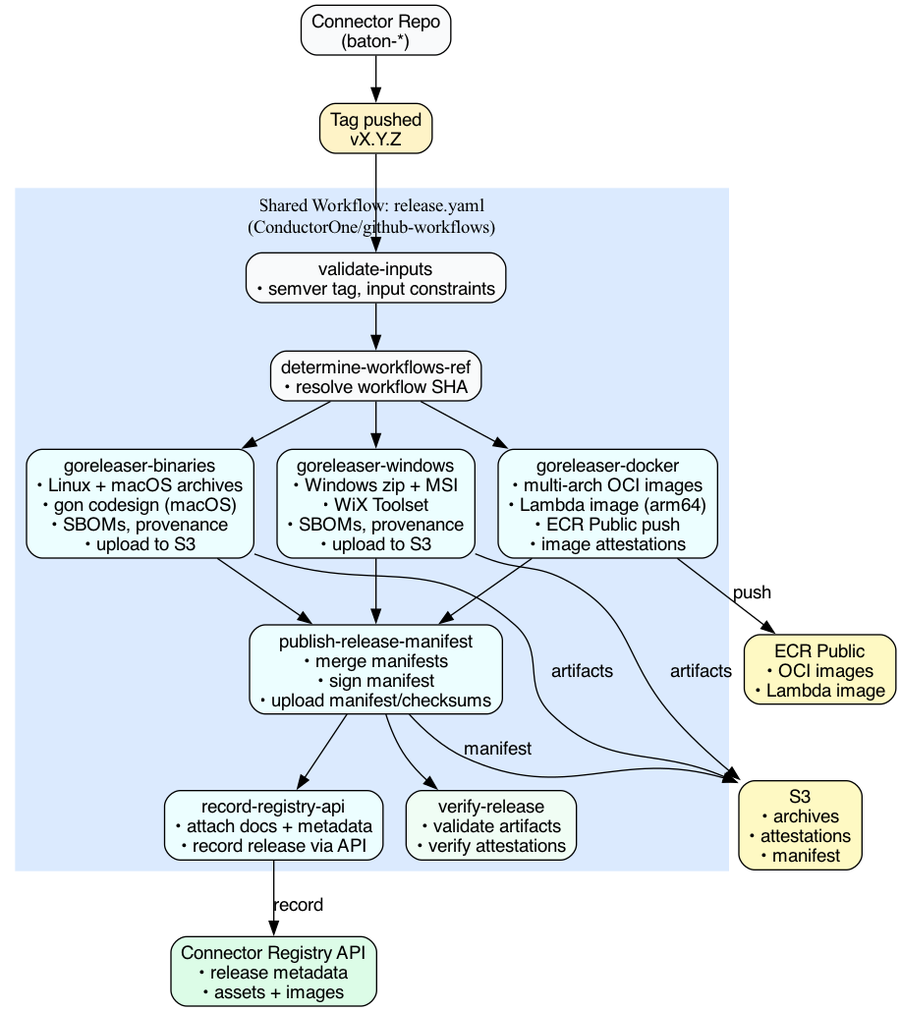
Above: docs/diagrams/release-workflow.png in ConductorOne/github-workflows (Graphviz), before the change. Its source is kept beside it as docs/diagrams/release-workflow.dot.
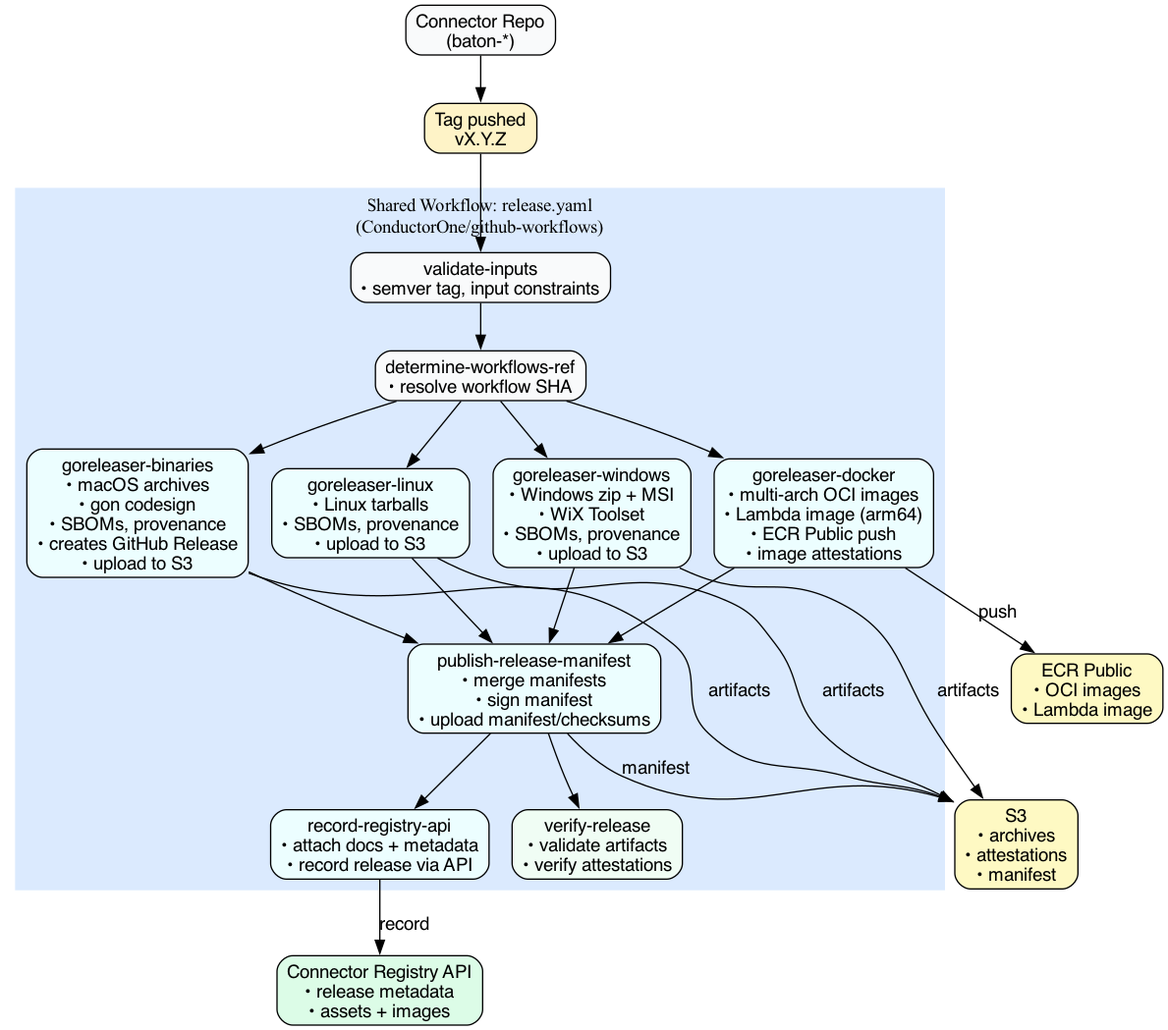
Later version of the same file.

Commit message:
Build the Linux tarballs in their own job

What changed in the source:
```diff
@@ -15,7 +15,9 @@
 
     determine_ref [label="determine-workflows-ref\n• resolve workflow SHA", fillcolor="#f9fafb"];
 
-    binaries [label="goreleaser-binaries\n• Linux + macOS archives\n• gon codesign (macOS)\n• SBOMs, provenance\n• upload to S3", fillcolor="#ecfeff"];
+    binaries [label="goreleaser-binaries\n• macOS archives\n• gon codesign\n• SBOMs, provenance\n• creates GitHub Release\n• upload to S3", fillcolor="#ecfeff"];
+
+    linux [label="goreleaser-linux\n• Linux tarballs\n• SBOMs, provenance\n• upload to S3", fillcolor="#ecfeff"];
 
     windows [label="goreleaser-windows\n• Windows zip + MSI\n• WiX Toolset\n• SBOMs, provenance\n• upload to S3", fillcolor="#ecfeff"];
 
@@ -36,12 +38,15 @@
   tag -> validate;
   validate -> determine_ref;
   determine_ref -> binaries;
+  determine_ref -> linux;
   determine_ref -> windows;
   determine_ref -> docker;
   binaries -> record;
+  linux -> record;
   windows -> record;
   docker -> record;
   binaries -> s3 [label="artifacts"];
+  linux -> s3 [label="artifacts"];
   windows -> s3 [label="artifacts"];
   docker -> ecr [label="push"];
   record -> s3 [label="manifest"];
```
